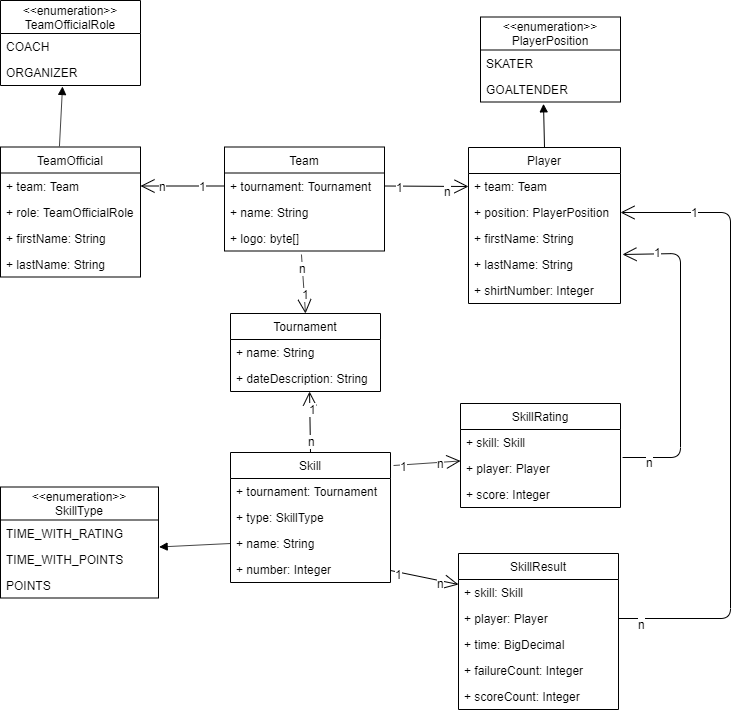
Earlier version of the draw.io export documentation/ysg-manager_class-diagram.png (lukas99/ysg-manager). Source tidied: cells renumbered, new cells last; positions are measured from the earlier drawing's top-left corner, leaving out a move shared by most shapes.
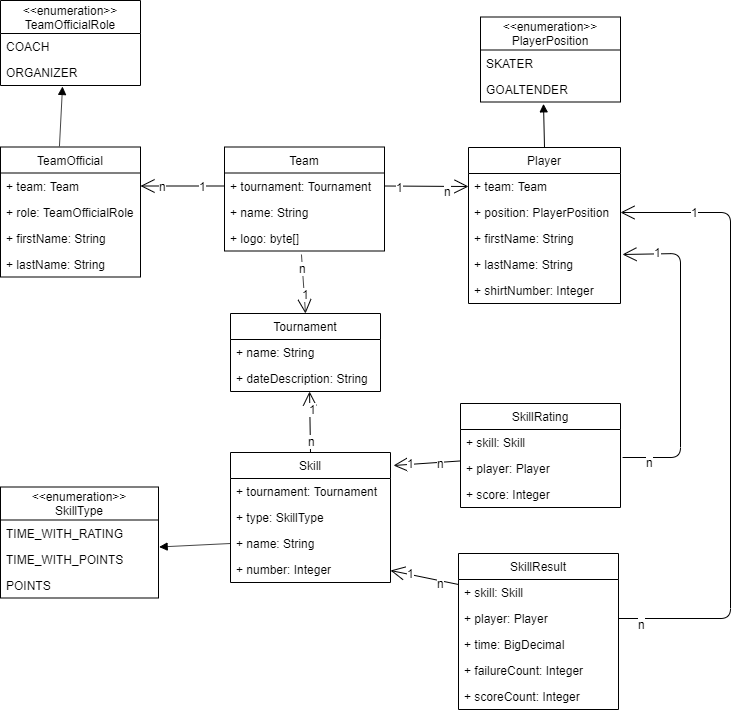
After the commit.

Commit message:
change dependencies between skill and skillresult / skillrating

The edit, as a diff of the source:
```diff
@@ -132,24 +132,28 @@
     <mxCell id="43" value="+ score: Integer" style="text;strokeColor=none;fillColor=none;align=left;verticalAlign=top;spacingLeft=4;spacingRight=4;overflow=hidden;" parent="40" vertex="1">
       <mxGeometry y="78" width="160" height="26" as="geometry" />
     </mxCell>
-    <mxCell id="44" style="endArrow=open;endFill=1;endSize=12;html=1;entryX=0;entryY=0.192;entryDx=0;entryDy=0;entryPerimeter=0;" parent="1" edge="1" target="35">
+    <mxCell id="44" style="endArrow=none;endFill=0;endSize=12;html=1;entryX=0;entryY=0.192;entryDx=0;entryDy=0;entryPerimeter=0;startArrow=open;startFill=0;startSize=12;" parent="1" edge="1" target="35">
       <mxGeometry relative="1" as="geometry">
         <mxPoint x="390" y="570" as="sourcePoint" />
       </mxGeometry>
     </mxCell>
     <mxCell id="45" value="1" style="text;html=1;align=center;verticalAlign=middle;labelBackgroundColor=#ffffff;" parent="44" vertex="1">
-      <mxGeometry x="-0.73" y="-2" relative="1" as="geometry" />
+      <mxGeometry x="-0.73" y="-2" relative="1" as="geometry">
+        <mxPoint x="11.5" y="-1" as="offset" />
+      </mxGeometry>
     </mxCell>
     <mxCell id="46" value="n" style="text;html=1;align=center;verticalAlign=middle;labelBackgroundColor=#ffffff;" parent="44" vertex="1">
       <mxGeometry x="0.55" y="-3" relative="1" as="geometry">
         <mxPoint x="-2.5" y="-1" as="offset" />
       </mxGeometry>
     </mxCell>
-    <mxCell id="47" style="endArrow=open;endFill=1;endSize=12;html=1;exitX=1.019;exitY=0.1;exitDx=0;exitDy=0;exitPerimeter=0;" parent="1" edge="1" source="21" target="40">
+    <mxCell id="47" style="endArrow=none;endFill=0;endSize=12;html=1;exitX=1.019;exitY=0.1;exitDx=0;exitDy=0;exitPerimeter=0;startArrow=open;startFill=0;startSize=12;" parent="1" edge="1" source="21" target="40">
       <mxGeometry relative="1" as="geometry" />
     </mxCell>
     <mxCell id="48" value="1" style="text;html=1;align=center;verticalAlign=middle;labelBackgroundColor=#ffffff;" parent="47" vertex="1">
-      <mxGeometry x="-0.69" y="-1" relative="1" as="geometry" />
+      <mxGeometry x="-0.69" y="-1" relative="1" as="geometry">
+        <mxPoint x="7" y="-2.5" as="offset" />
+      </mxGeometry>
     </mxCell>
     <mxCell id="49" value="n" style="text;html=1;align=center;verticalAlign=middle;labelBackgroundColor=#ffffff;" parent="47" vertex="1">
       <mxGeometry x="0.57" relative="1" as="geometry">
```
